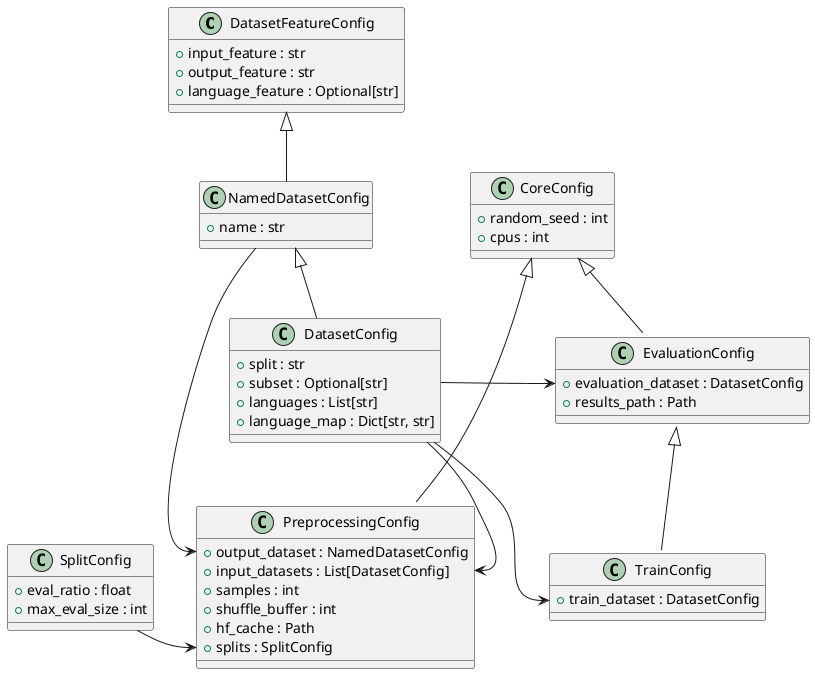
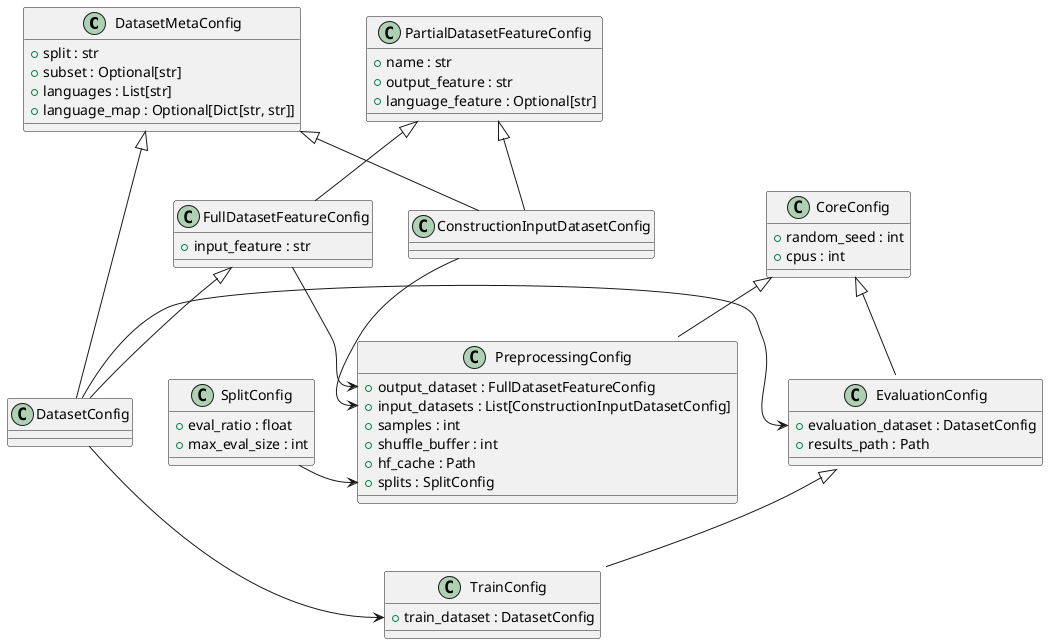
@startuml
- class DatasetFeatureConfig {
- + input_feature : str
+ class DatasetMetaConfig {
+ + split : str
+ + subset : Optional[str]
+ + languages : List[str]
+ + language_map : Optional[Dict[str, str]]
+ }
+ 
+ class PartialDatasetFeatureConfig {
+ + name : str
+ output_feature : str
+ language_feature : Optional[str]
}

- class NamedDatasetConfig {
- + name : str
+ class FullDatasetFeatureConfig {
+ + input_feature : str
}

- DatasetFeatureConfig <|-- NamedDatasetConfig
+ PartialDatasetFeatureConfig <|-- FullDatasetFeatureConfig

- class DatasetConfig {
- + split : str
- + subset : Optional[str]
- + languages : List[str]
- + language_map : Dict[str, str]
- }
+ class DatasetConfig

- NamedDatasetConfig <|-- DatasetConfig
+ FullDatasetFeatureConfig <|-- DatasetConfig
+ DatasetMetaConfig <|-- DatasetConfig
+ 
+ class ConstructionInputDatasetConfig
+ 
+ PartialDatasetFeatureConfig <|-- ConstructionInputDatasetConfig
+ DatasetMetaConfig <|-- ConstructionInputDatasetConfig

class SplitConfig {
+ eval_ratio : float
+ max_eval_size : int
}

class CoreConfig {
+ random_seed : int
+ cpus : int
}

class PreprocessingConfig {
- + output_dataset : NamedDatasetConfig
- + input_datasets : List[DatasetConfig]
+ + output_dataset : FullDatasetFeatureConfig
+ + input_datasets : List[ConstructionInputDatasetConfig]
+ samples : int
+ shuffle_buffer : int
+ hf_cache : Path
+ splits : SplitConfig
}

CoreConfig <|-- PreprocessingConfig
- NamedDatasetConfig -> PreprocessingConfig::output_dataset
- DatasetConfig --> PreprocessingConfig::input_datasets
+ FullDatasetFeatureConfig -> PreprocessingConfig::output_dataset
+ ConstructionInputDatasetConfig --> PreprocessingConfig::input_datasets
SplitConfig -> PreprocessingConfig::splits

class EvaluationConfig {
+ evaluation_dataset : DatasetConfig
+ results_path : Path
}

CoreConfig <|-- EvaluationConfig

class TrainConfig {
+ train_dataset : DatasetConfig
}

EvaluationConfig <|-- TrainConfig
DatasetConfig -> EvaluationConfig::evaluation_dataset
DatasetConfig -> TrainConfig::train_dataset
@enduml